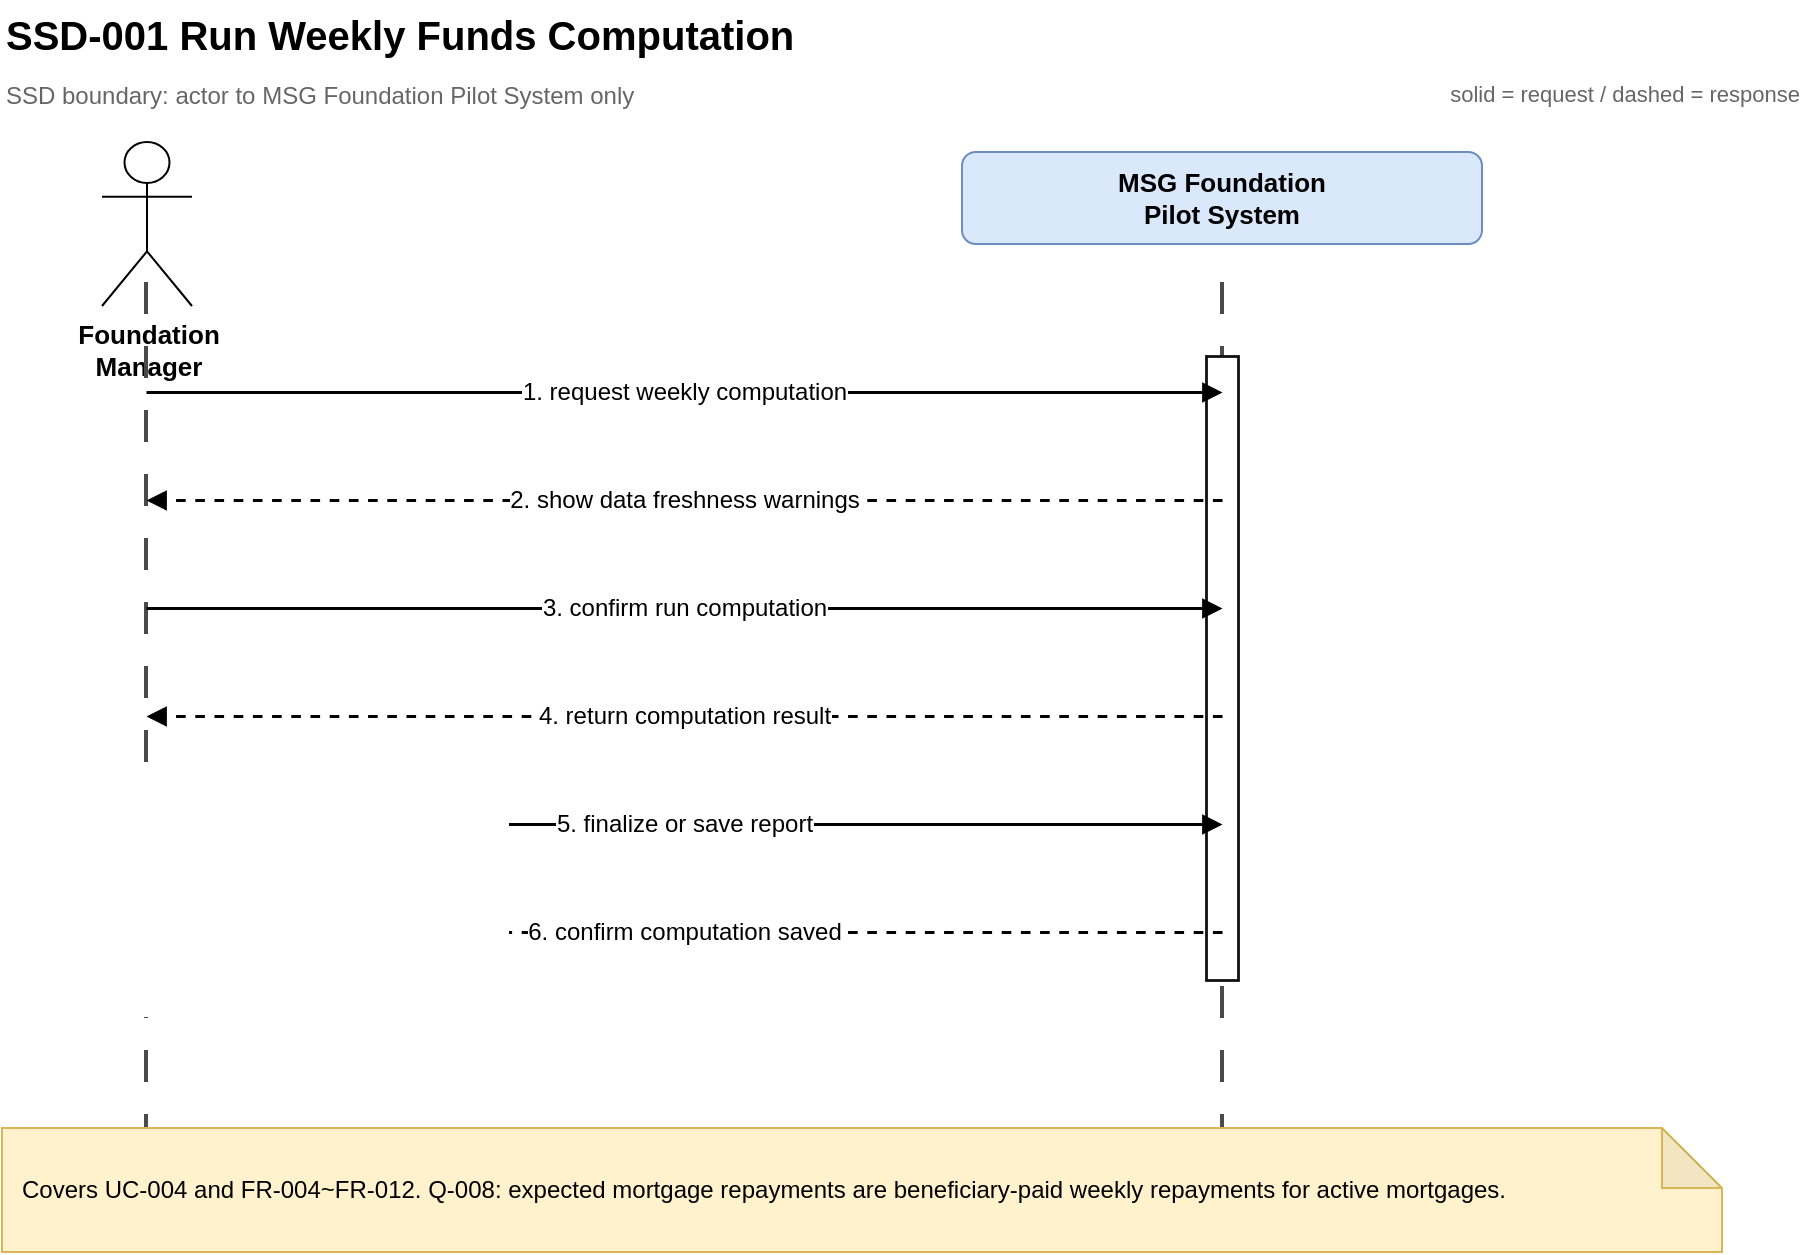
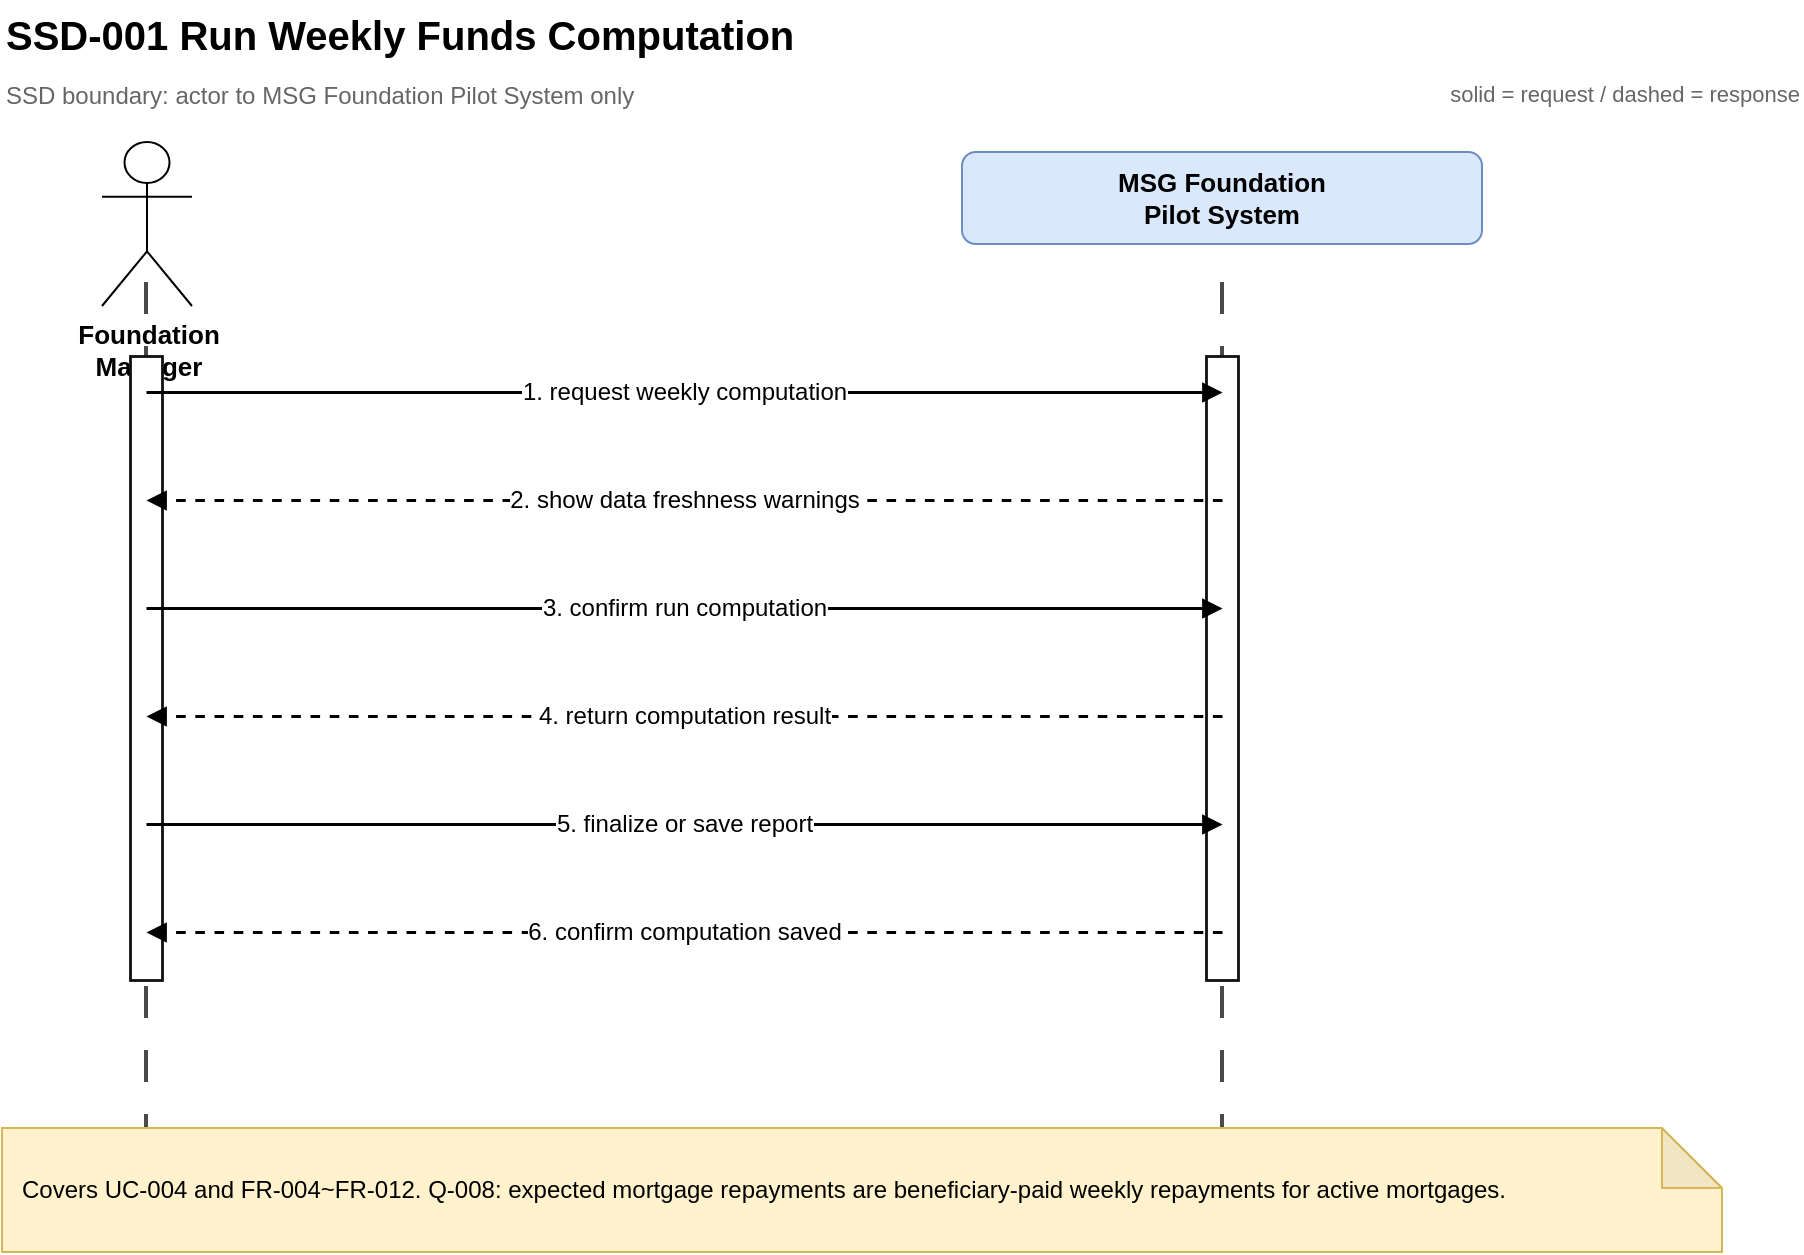
<mxfile host="app.diagrams.net" modified="2026-06-12T00:00:00.000Z" agent="Codex" version="24.7.17" type="device">
  <diagram id="ssd-001" name="SSD-001 Run Weekly Funds Computation">
    <mxGraphModel dx="1440" dy="920" grid="1" gridSize="10" guides="1" tooltips="1" connect="1" arrows="1" fold="1" page="1" pageScale="1" pageWidth="980" pageHeight="760" math="0" shadow="0">
      <root>
        <mxCell id="0" />
        <mxCell id="1" parent="0" />
        <mxCell id="title" value="SSD-001 Run Weekly Funds Computation" style="text;html=1;strokeColor=none;fillColor=none;fontSize=20;fontStyle=1;align=left;verticalAlign=middle;" vertex="1" parent="1">
          <mxGeometry x="40" y="24" width="900" height="34" as="geometry" />
        </mxCell>
        <mxCell id="subtitle" value="SSD boundary: actor to MSG Foundation Pilot System only" style="text;html=1;strokeColor=none;fillColor=none;fontSize=12;fontColor=#666666;align=left;" vertex="1" parent="1">
          <mxGeometry x="40" y="58" width="900" height="26" as="geometry" />
        </mxCell>
        <mxCell id="legend" value="solid = request / dashed = response" style="text;html=1;strokeColor=none;fillColor=none;fontSize=11;fontColor=#666666;align=right;" vertex="1" parent="1">
          <mxGeometry x="650" y="58" width="290" height="24" as="geometry" />
        </mxCell>
        <mxCell id="actor" value="Foundation&lt;br&gt;Manager" style="shape=umlActor;verticalLabelPosition=bottom;verticalAlign=top;html=1;outlineConnect=0;fontSize=13;fontStyle=1;" vertex="1" parent="1">
          <mxGeometry x="90" y="95" width="45" height="82" as="geometry" />
        </mxCell>
        <mxCell id="actor_life" style="endArrow=none;html=1;rounded=0;strokeColor=#4A4A4A;dashed=1;dashPattern=8 8;strokeWidth=2;pointerEvents=0;" parent="1" edge="1" value="">
          <mxGeometry relative="1" as="geometry">
            <mxPoint x="112" y="165" as="sourcePoint" />
            <mxPoint x="112" y="610" as="targetPoint" />
          </mxGeometry>
        </mxCell>
+         <mxCell id="actor_act_ssd-001" value="" style="rounded=0;whiteSpace=wrap;html=1;fillColor=#FFFFFF;strokeColor=#111111;strokeWidth=1.4;pointerEvents=0;" vertex="1" parent="1">
+           <mxGeometry x="104" y="202" width="16" height="312" as="geometry" />
+         </mxCell>
        <mxCell id="system" value="MSG Foundation&lt;br&gt;Pilot System" style="rounded=1;whiteSpace=wrap;html=1;fillColor=#dae8fc;strokeColor=#6c8ebf;fontStyle=1;fontSize=13;spacing=8;" vertex="1" parent="1">
          <mxGeometry x="520" y="100" width="260" height="46" as="geometry" />
        </mxCell>
        <mxCell id="system_life" style="endArrow=none;html=1;rounded=0;strokeColor=#4A4A4A;dashed=1;dashPattern=8 8;strokeWidth=2;pointerEvents=0;" parent="1" edge="1" value="">
          <mxGeometry relative="1" as="geometry">
            <mxPoint x="650" y="165" as="sourcePoint" />
            <mxPoint x="650" y="610" as="targetPoint" />
          </mxGeometry>
        </mxCell>
        <mxCell id="system_act_ssd-001" value="" style="rounded=0;whiteSpace=wrap;html=1;fillColor=#FFFFFF;strokeColor=#111111;strokeWidth=1.4;pointerEvents=0;" vertex="1" parent="1">
          <mxGeometry x="642" y="202" width="16" height="312" as="geometry" />
        </mxCell>
        <mxCell id="m1" value="1. request weekly computation" style="endArrow=block;html=1;rounded=0;strokeWidth=1.6;fontSize=12;labelBackgroundColor=#ffffff;align=center;verticalAlign=middle;" edge="1" parent="1">
          <mxGeometry relative="1" as="geometry">
            <mxPoint x="112" y="220" as="sourcePoint" />
            <mxPoint x="650" y="220" as="targetPoint" />
          </mxGeometry>
        </mxCell>
        <mxCell id="m2" value="2. show data freshness warnings" style="endArrow=block;html=1;rounded=0;strokeWidth=1.6;fontSize=12;labelBackgroundColor=#ffffff;align=center;verticalAlign=middle;dashed=1;" edge="1" parent="1">
          <mxGeometry relative="1" as="geometry">
            <mxPoint x="650" y="274" as="sourcePoint" />
            <mxPoint x="112" y="274" as="targetPoint" />
          </mxGeometry>
        </mxCell>
        <mxCell id="m3" value="3. confirm run computation" style="endArrow=block;html=1;rounded=0;strokeWidth=1.6;fontSize=12;labelBackgroundColor=#ffffff;align=center;verticalAlign=middle;" edge="1" parent="1">
          <mxGeometry relative="1" as="geometry">
            <mxPoint x="112" y="328" as="sourcePoint" />
            <mxPoint x="650" y="328" as="targetPoint" />
          </mxGeometry>
        </mxCell>
        <mxCell id="m4" value="4. return computation result" style="endArrow=block;html=1;rounded=0;strokeWidth=1.6;fontSize=12;labelBackgroundColor=#ffffff;align=center;verticalAlign=middle;dashed=1;" edge="1" parent="1">
          <mxGeometry relative="1" as="geometry">
            <mxPoint x="650" y="382" as="sourcePoint" />
            <mxPoint x="112" y="382" as="targetPoint" />
          </mxGeometry>
        </mxCell>
        <mxCell id="m5" value="5. finalize or save report" style="endArrow=block;html=1;rounded=0;strokeWidth=1.6;fontSize=12;labelBackgroundColor=#ffffff;align=center;verticalAlign=middle;" edge="1" parent="1">
          <mxGeometry relative="1" as="geometry">
            <mxPoint x="112" y="436" as="sourcePoint" />
            <mxPoint x="650" y="436" as="targetPoint" />
          </mxGeometry>
        </mxCell>
        <mxCell id="m6" value="6. confirm computation saved" style="endArrow=block;html=1;rounded=0;strokeWidth=1.6;fontSize=12;labelBackgroundColor=#ffffff;align=center;verticalAlign=middle;dashed=1;" edge="1" parent="1">
          <mxGeometry relative="1" as="geometry">
            <mxPoint x="650" y="490" as="sourcePoint" />
            <mxPoint x="112" y="490" as="targetPoint" />
          </mxGeometry>
        </mxCell>
        <mxCell id="note" value="Covers UC-004 and FR-004~FR-012. Q-008: expected mortgage repayments are beneficiary-paid weekly repayments for active mortgages." style="shape=note;whiteSpace=wrap;html=1;backgroundOutline=1;darkOpacity=0.05;fillColor=#fff2cc;strokeColor=#d6b656;fontSize=12;align=left;spacing=10;" vertex="1" parent="1">
          <mxGeometry x="40" y="588" width="860" height="62" as="geometry" />
        </mxCell>
      </root>
    </mxGraphModel>
  </diagram>
  <diagram id="ssd-002" name="SSD-002 Manage Mortgage Data">
    <mxGraphModel dx="1440" dy="920" grid="1" gridSize="10" guides="1" tooltips="1" connect="1" arrows="1" fold="1" page="1" pageScale="1" pageWidth="980" pageHeight="760" math="0" shadow="0">
      <root>
        <mxCell id="0" />
        <mxCell id="1" parent="0" />
        <mxCell id="title" value="SSD-002 Manage Mortgage Data" style="text;html=1;strokeColor=none;fillColor=none;fontSize=20;fontStyle=1;align=left;verticalAlign=middle;" vertex="1" parent="1">
          <mxGeometry x="40" y="24" width="900" height="34" as="geometry" />
        </mxCell>
        <mxCell id="subtitle" value="SSD boundary: actor to MSG Foundation Pilot System only" style="text;html=1;strokeColor=none;fillColor=none;fontSize=12;fontColor=#666666;align=left;" vertex="1" parent="1">
          <mxGeometry x="40" y="58" width="900" height="26" as="geometry" />
        </mxCell>
        <mxCell id="legend" value="solid = request / dashed = response" style="text;html=1;strokeColor=none;fillColor=none;fontSize=11;fontColor=#666666;align=right;" vertex="1" parent="1">
          <mxGeometry x="650" y="58" width="290" height="24" as="geometry" />
        </mxCell>
        <mxCell id="actor" value="Mortgage Program&lt;br&gt;Officer" style="shape=umlActor;verticalLabelPosition=bottom;verticalAlign=top;html=1;outlineConnect=0;fontSize=13;fontStyle=1;" vertex="1" parent="1">
          <mxGeometry x="90" y="95" width="45" height="82" as="geometry" />
        </mxCell>
        <mxCell id="actor_life" style="endArrow=none;html=1;rounded=0;strokeColor=#4A4A4A;dashed=1;dashPattern=8 8;strokeWidth=2;pointerEvents=0;" parent="1" edge="1" value="">
          <mxGeometry relative="1" as="geometry">
            <mxPoint x="112" y="165" as="sourcePoint" />
            <mxPoint x="112" y="610" as="targetPoint" />
          </mxGeometry>
        </mxCell>
+         <mxCell id="actor_act_ssd-002" value="" style="rounded=0;whiteSpace=wrap;html=1;fillColor=#FFFFFF;strokeColor=#111111;strokeWidth=1.4;pointerEvents=0;" vertex="1" parent="1">
+           <mxGeometry x="104" y="202" width="16" height="312" as="geometry" />
+         </mxCell>
        <mxCell id="system" value="MSG Foundation&lt;br&gt;Pilot System" style="rounded=1;whiteSpace=wrap;html=1;fillColor=#dae8fc;strokeColor=#6c8ebf;fontStyle=1;fontSize=13;spacing=8;" vertex="1" parent="1">
          <mxGeometry x="520" y="100" width="260" height="46" as="geometry" />
        </mxCell>
        <mxCell id="system_life" style="endArrow=none;html=1;rounded=0;strokeColor=#4A4A4A;dashed=1;dashPattern=8 8;strokeWidth=2;pointerEvents=0;" parent="1" edge="1" value="">
          <mxGeometry relative="1" as="geometry">
            <mxPoint x="650" y="165" as="sourcePoint" />
            <mxPoint x="650" y="610" as="targetPoint" />
          </mxGeometry>
        </mxCell>
        <mxCell id="system_act_ssd-002" value="" style="rounded=0;whiteSpace=wrap;html=1;fillColor=#FFFFFF;strokeColor=#111111;strokeWidth=1.4;pointerEvents=0;" vertex="1" parent="1">
          <mxGeometry x="642" y="202" width="16" height="312" as="geometry" />
        </mxCell>
        <mxCell id="m1" value="1. open mortgage management" style="endArrow=block;html=1;rounded=0;strokeWidth=1.6;fontSize=12;labelBackgroundColor=#ffffff;align=center;verticalAlign=middle;" edge="1" parent="1">
          <mxGeometry relative="1" as="geometry">
            <mxPoint x="112" y="220" as="sourcePoint" />
            <mxPoint x="650" y="220" as="targetPoint" />
          </mxGeometry>
        </mxCell>
        <mxCell id="m2" value="2. show mortgage list" style="endArrow=block;html=1;rounded=0;strokeWidth=1.6;fontSize=12;labelBackgroundColor=#ffffff;align=center;verticalAlign=middle;dashed=1;" edge="1" parent="1">
          <mxGeometry relative="1" as="geometry">
            <mxPoint x="650" y="274" as="sourcePoint" />
            <mxPoint x="112" y="274" as="targetPoint" />
          </mxGeometry>
        </mxCell>
        <mxCell id="m3" value="3. submit mortgage data" style="endArrow=block;html=1;rounded=0;strokeWidth=1.6;fontSize=12;labelBackgroundColor=#ffffff;align=center;verticalAlign=middle;" edge="1" parent="1">
          <mxGeometry relative="1" as="geometry">
            <mxPoint x="112" y="328" as="sourcePoint" />
            <mxPoint x="650" y="328" as="targetPoint" />
          </mxGeometry>
        </mxCell>
        <mxCell id="m4" value="4. show validation result" style="endArrow=block;html=1;rounded=0;strokeWidth=1.6;fontSize=12;labelBackgroundColor=#ffffff;align=center;verticalAlign=middle;dashed=1;" edge="1" parent="1">
          <mxGeometry relative="1" as="geometry">
            <mxPoint x="650" y="382" as="sourcePoint" />
            <mxPoint x="112" y="382" as="targetPoint" />
          </mxGeometry>
        </mxCell>
        <mxCell id="m5" value="5. save mortgage record" style="endArrow=block;html=1;rounded=0;strokeWidth=1.6;fontSize=12;labelBackgroundColor=#ffffff;align=center;verticalAlign=middle;" edge="1" parent="1">
          <mxGeometry relative="1" as="geometry">
            <mxPoint x="112" y="436" as="sourcePoint" />
            <mxPoint x="650" y="436" as="targetPoint" />
          </mxGeometry>
        </mxCell>
        <mxCell id="m6" value="6. confirm mortgage saved" style="endArrow=block;html=1;rounded=0;strokeWidth=1.6;fontSize=12;labelBackgroundColor=#ffffff;align=center;verticalAlign=middle;dashed=1;" edge="1" parent="1">
          <mxGeometry relative="1" as="geometry">
            <mxPoint x="650" y="490" as="sourcePoint" />
            <mxPoint x="112" y="490" as="targetPoint" />
          </mxGeometry>
        </mxCell>
        <mxCell id="note" value="Covers UC-003 and FR-003, FR-006~FR-009. Applicant eligibility and 90% mortgage screening are outside the pilot system." style="shape=note;whiteSpace=wrap;html=1;backgroundOutline=1;darkOpacity=0.05;fillColor=#fff2cc;strokeColor=#d6b656;fontSize=12;align=left;spacing=10;" vertex="1" parent="1">
          <mxGeometry x="40" y="588" width="860" height="62" as="geometry" />
        </mxCell>
      </root>
    </mxGraphModel>
  </diagram>
  <diagram id="ssd-003" name="SSD-003 Check Home Fundability">
    <mxGraphModel dx="1440" dy="920" grid="1" gridSize="10" guides="1" tooltips="1" connect="1" arrows="1" fold="1" page="1" pageScale="1" pageWidth="980" pageHeight="680" math="0" shadow="0">
      <root>
        <mxCell id="0" />
        <mxCell id="1" parent="0" />
        <mxCell id="title" value="SSD-003 Check Home Fundability" style="text;html=1;strokeColor=none;fillColor=none;fontSize=20;fontStyle=1;align=left;verticalAlign=middle;" vertex="1" parent="1">
          <mxGeometry x="40" y="24" width="900" height="34" as="geometry" />
        </mxCell>
        <mxCell id="subtitle" value="SSD boundary: actor to MSG Foundation Pilot System only" style="text;html=1;strokeColor=none;fillColor=none;fontSize=12;fontColor=#666666;align=left;" vertex="1" parent="1">
          <mxGeometry x="40" y="58" width="900" height="26" as="geometry" />
        </mxCell>
        <mxCell id="legend" value="solid = request / dashed = response" style="text;html=1;strokeColor=none;fillColor=none;fontSize=11;fontColor=#666666;align=right;" vertex="1" parent="1">
          <mxGeometry x="650" y="58" width="290" height="24" as="geometry" />
        </mxCell>
        <mxCell id="actor" value="Foundation&lt;br&gt;Manager" style="shape=umlActor;verticalLabelPosition=bottom;verticalAlign=top;html=1;outlineConnect=0;fontSize=13;fontStyle=1;" vertex="1" parent="1">
          <mxGeometry x="90" y="95" width="45" height="82" as="geometry" />
        </mxCell>
        <mxCell id="actor_life" style="endArrow=none;html=1;rounded=0;strokeColor=#4A4A4A;dashed=1;dashPattern=8 8;strokeWidth=2;pointerEvents=0;" parent="1" edge="1" value="">
          <mxGeometry relative="1" as="geometry">
            <mxPoint x="112" y="165" as="sourcePoint" />
            <mxPoint x="112" y="530" as="targetPoint" />
          </mxGeometry>
        </mxCell>
+         <mxCell id="actor_act_ssd-003" value="" style="rounded=0;whiteSpace=wrap;html=1;fillColor=#FFFFFF;strokeColor=#111111;strokeWidth=1.4;pointerEvents=0;" vertex="1" parent="1">
+           <mxGeometry x="104" y="202" width="16" height="204" as="geometry" />
+         </mxCell>
        <mxCell id="system" value="MSG Foundation&lt;br&gt;Pilot System" style="rounded=1;whiteSpace=wrap;html=1;fillColor=#dae8fc;strokeColor=#6c8ebf;fontStyle=1;fontSize=13;spacing=8;" vertex="1" parent="1">
          <mxGeometry x="520" y="100" width="260" height="46" as="geometry" />
        </mxCell>
        <mxCell id="system_life" style="endArrow=none;html=1;rounded=0;strokeColor=#4A4A4A;dashed=1;dashPattern=8 8;strokeWidth=2;pointerEvents=0;" parent="1" edge="1" value="">
          <mxGeometry relative="1" as="geometry">
            <mxPoint x="650" y="165" as="sourcePoint" />
            <mxPoint x="650" y="530" as="targetPoint" />
          </mxGeometry>
        </mxCell>
        <mxCell id="system_act_ssd-003" value="" style="rounded=0;whiteSpace=wrap;html=1;fillColor=#FFFFFF;strokeColor=#111111;strokeWidth=1.4;pointerEvents=0;" vertex="1" parent="1">
          <mxGeometry x="642" y="202" width="16" height="204" as="geometry" />
        </mxCell>
        <mxCell id="m1" value="1. request fundability check" style="endArrow=block;html=1;rounded=0;strokeWidth=1.6;fontSize=12;labelBackgroundColor=#ffffff;align=center;verticalAlign=middle;" edge="1" parent="1">
          <mxGeometry relative="1" as="geometry">
            <mxPoint x="112" y="220" as="sourcePoint" />
            <mxPoint x="650" y="220" as="targetPoint" />
          </mxGeometry>
        </mxCell>
        <mxCell id="m2" value="2. return fundability result" style="endArrow=block;html=1;rounded=0;strokeWidth=1.6;fontSize=12;labelBackgroundColor=#ffffff;align=center;verticalAlign=middle;dashed=1;" edge="1" parent="1">
          <mxGeometry relative="1" as="geometry">
            <mxPoint x="650" y="274" as="sourcePoint" />
            <mxPoint x="112" y="274" as="targetPoint" />
          </mxGeometry>
        </mxCell>
        <mxCell id="m3" value="3. request record allocation" style="endArrow=block;html=1;rounded=0;strokeWidth=1.6;fontSize=12;labelBackgroundColor=#ffffff;align=center;verticalAlign=middle;" edge="1" parent="1">
          <mxGeometry relative="1" as="geometry">
            <mxPoint x="112" y="328" as="sourcePoint" />
            <mxPoint x="650" y="328" as="targetPoint" />
          </mxGeometry>
        </mxCell>
        <mxCell id="m4" value="4. confirm allocation recorded" style="endArrow=block;html=1;rounded=0;strokeWidth=1.6;fontSize=12;labelBackgroundColor=#ffffff;align=center;verticalAlign=middle;dashed=1;" edge="1" parent="1">
          <mxGeometry relative="1" as="geometry">
            <mxPoint x="650" y="382" as="sourcePoint" />
            <mxPoint x="112" y="382" as="targetPoint" />
          </mxGeometry>
        </mxCell>
        <mxCell id="note" value="Covers UC-005, UC-006, FR-013, and FR-014. Checking fundability does not reduce funds; recording allocation performs the reduction." style="shape=note;whiteSpace=wrap;html=1;backgroundOutline=1;darkOpacity=0.05;fillColor=#fff2cc;strokeColor=#d6b656;fontSize=12;align=left;spacing=10;" vertex="1" parent="1">
          <mxGeometry x="40" y="480" width="860" height="62" as="geometry" />
        </mxCell>
      </root>
    </mxGraphModel>
  </diagram>
  <diagram id="ssd-004" name="SSD-004 Generate Reports">
    <mxGraphModel dx="1440" dy="920" grid="1" gridSize="10" guides="1" tooltips="1" connect="1" arrows="1" fold="1" page="1" pageScale="1" pageWidth="980" pageHeight="680" math="0" shadow="0">
      <root>
        <mxCell id="0" />
        <mxCell id="1" parent="0" />
        <mxCell id="title" value="SSD-004 Generate Reports" style="text;html=1;strokeColor=none;fillColor=none;fontSize=20;fontStyle=1;align=left;verticalAlign=middle;" vertex="1" parent="1">
          <mxGeometry x="40" y="24" width="900" height="34" as="geometry" />
        </mxCell>
        <mxCell id="subtitle" value="SSD boundary: actor to MSG Foundation Pilot System only" style="text;html=1;strokeColor=none;fillColor=none;fontSize=12;fontColor=#666666;align=left;" vertex="1" parent="1">
          <mxGeometry x="40" y="58" width="900" height="26" as="geometry" />
        </mxCell>
        <mxCell id="legend" value="solid = request / dashed = response" style="text;html=1;strokeColor=none;fillColor=none;fontSize=11;fontColor=#666666;align=right;" vertex="1" parent="1">
          <mxGeometry x="650" y="58" width="290" height="24" as="geometry" />
        </mxCell>
        <mxCell id="actor" value="Foundation Manager&lt;br&gt;/ Trustees" style="shape=umlActor;verticalLabelPosition=bottom;verticalAlign=top;html=1;outlineConnect=0;fontSize=13;fontStyle=1;" vertex="1" parent="1">
          <mxGeometry x="90" y="95" width="45" height="82" as="geometry" />
        </mxCell>
        <mxCell id="actor_life" style="endArrow=none;html=1;rounded=0;strokeColor=#4A4A4A;dashed=1;dashPattern=8 8;strokeWidth=2;pointerEvents=0;" parent="1" edge="1" value="">
          <mxGeometry relative="1" as="geometry">
            <mxPoint x="112" y="165" as="sourcePoint" />
            <mxPoint x="112" y="530" as="targetPoint" />
          </mxGeometry>
        </mxCell>
+         <mxCell id="actor_act_ssd-004" value="" style="rounded=0;whiteSpace=wrap;html=1;fillColor=#FFFFFF;strokeColor=#111111;strokeWidth=1.4;pointerEvents=0;" vertex="1" parent="1">
+           <mxGeometry x="104" y="202" width="16" height="204" as="geometry" />
+         </mxCell>
        <mxCell id="system" value="MSG Foundation&lt;br&gt;Pilot System" style="rounded=1;whiteSpace=wrap;html=1;fillColor=#dae8fc;strokeColor=#6c8ebf;fontStyle=1;fontSize=13;spacing=8;" vertex="1" parent="1">
          <mxGeometry x="520" y="100" width="260" height="46" as="geometry" />
        </mxCell>
        <mxCell id="system_life" style="endArrow=none;html=1;rounded=0;strokeColor=#4A4A4A;dashed=1;dashPattern=8 8;strokeWidth=2;pointerEvents=0;" parent="1" edge="1" value="">
          <mxGeometry relative="1" as="geometry">
            <mxPoint x="650" y="165" as="sourcePoint" />
            <mxPoint x="650" y="530" as="targetPoint" />
          </mxGeometry>
        </mxCell>
        <mxCell id="system_act_ssd-004" value="" style="rounded=0;whiteSpace=wrap;html=1;fillColor=#FFFFFF;strokeColor=#111111;strokeWidth=1.4;pointerEvents=0;" vertex="1" parent="1">
          <mxGeometry x="642" y="202" width="16" height="204" as="geometry" />
        </mxCell>
        <mxCell id="m1" value="1. request report" style="endArrow=block;html=1;rounded=0;strokeWidth=1.6;fontSize=12;labelBackgroundColor=#ffffff;align=center;verticalAlign=middle;" edge="1" parent="1">
          <mxGeometry relative="1" as="geometry">
            <mxPoint x="112" y="220" as="sourcePoint" />
            <mxPoint x="650" y="220" as="targetPoint" />
          </mxGeometry>
        </mxCell>
        <mxCell id="m2" value="2. show options or validation message" style="endArrow=block;html=1;rounded=0;strokeWidth=1.6;fontSize=12;labelBackgroundColor=#ffffff;align=center;verticalAlign=middle;dashed=1;" edge="1" parent="1">
          <mxGeometry relative="1" as="geometry">
            <mxPoint x="650" y="274" as="sourcePoint" />
            <mxPoint x="112" y="274" as="targetPoint" />
          </mxGeometry>
        </mxCell>
        <mxCell id="m3" value="3. confirm print/export request" style="endArrow=block;html=1;rounded=0;strokeWidth=1.6;fontSize=12;labelBackgroundColor=#ffffff;align=center;verticalAlign=middle;" edge="1" parent="1">
          <mxGeometry relative="1" as="geometry">
            <mxPoint x="112" y="328" as="sourcePoint" />
            <mxPoint x="650" y="328" as="targetPoint" />
          </mxGeometry>
        </mxCell>
        <mxCell id="m4" value="4. return printable report" style="endArrow=block;html=1;rounded=0;strokeWidth=1.6;fontSize=12;labelBackgroundColor=#ffffff;align=center;verticalAlign=middle;dashed=1;" edge="1" parent="1">
          <mxGeometry relative="1" as="geometry">
            <mxPoint x="650" y="382" as="sourcePoint" />
            <mxPoint x="112" y="382" as="targetPoint" />
          </mxGeometry>
        </mxCell>
        <mxCell id="note" value="Covers UC-007~UC-009 and FR-015~FR-017. Output medium is flexible as long as print-on-request is supported." style="shape=note;whiteSpace=wrap;html=1;backgroundOutline=1;darkOpacity=0.05;fillColor=#fff2cc;strokeColor=#d6b656;fontSize=12;align=left;spacing=10;" vertex="1" parent="1">
          <mxGeometry x="40" y="480" width="860" height="62" as="geometry" />
        </mxCell>
      </root>
    </mxGraphModel>
  </diagram>
</mxfile>
